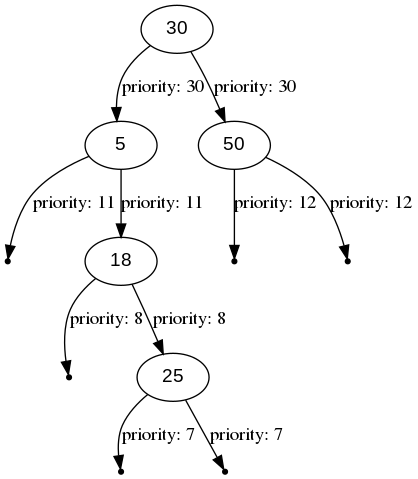
Before: visLib/out/png/dump4.png, a diagram exported from Graphviz (NikitaEvs/trees). Its source is kept beside it as visLib/out/dot/dump4.dot.
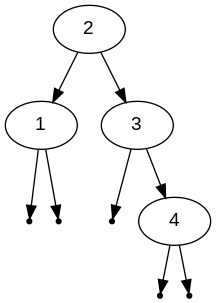
After the commit.

What changed in the source:
```diff
@@ -1,19 +1,16 @@
 digraph BinarySearchTree {
     node [fontname = "Arial"];
-    30 -> 5 [label="priority: 30"];
+    2 -> 1;
     null0[shape=point];
-    5 -> null0 [label="priority: 11"];
-    5 -> 18 [label="priority: 11"];
+    1 -> null0;
     null1[shape=point];
-    18 -> null1 [label="priority: 8"];
-    18 -> 25 [label="priority: 8"];
+    1 -> null1;
+    2 -> 3;
     null2[shape=point];
-    25 -> null2 [label="priority: 7"];
+    3 -> null2;
+    3 -> 4;
     null3[shape=point];
-    25 -> null3 [label="priority: 7"];
-    30 -> 50 [label="priority: 30"];
+    4 -> null3;
     null4[shape=point];
-    50 -> null4 [label="priority: 12"];
-    null5[shape=point];
-    50 -> null5 [label="priority: 12"];
+    4 -> null4;
 }
```
